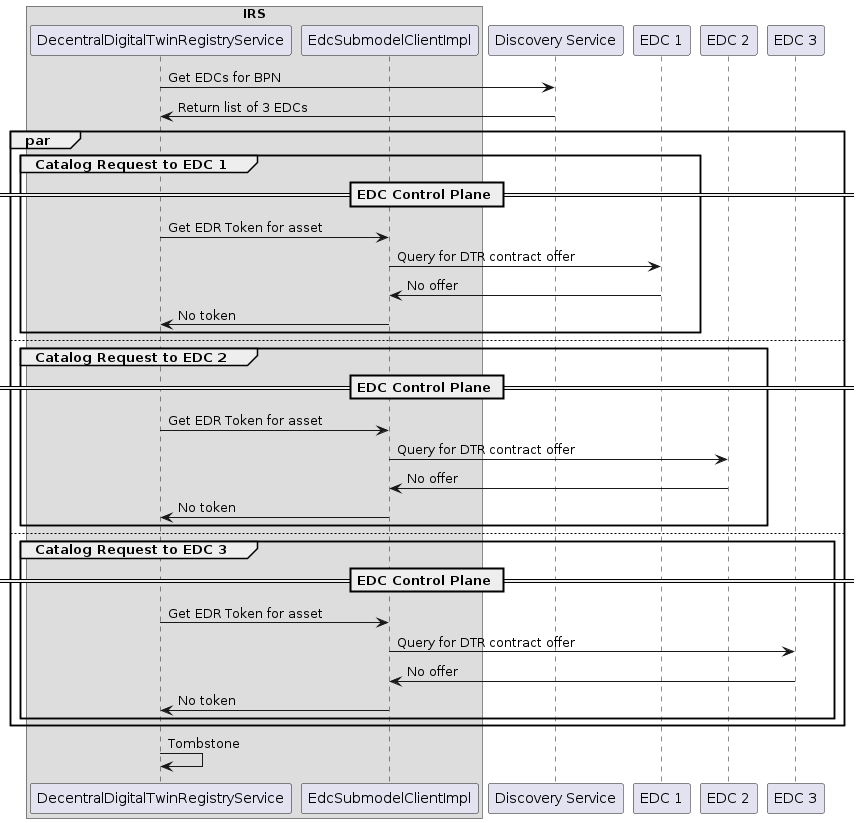
Before: docs/assets/arc42/arc42_045.png, a diagram exported from PlantUML (catenax-ng/tx-item-relationship-service). Source of this version:
```plantuml
@startuml

box IRS
    participant DecentralDigitalTwinRegistryService as DTRS
    participant EdcSubmodelClientImpl as EdcClient
end box

participant "Discovery Service" as DiscoveryService

participant "EDC 1" as EDCProvider1
participant "EDC 2" as EDCProvider2
participant "EDC 3" as EDCProvider3


DTRS -> DiscoveryService: Get EDCs for BPN
DiscoveryService -> DTRS: Return list of 3 EDCs

par
    group Catalog Request to EDC 1

        == EDC Control Plane ==

        DTRS -> EdcClient: Get EDR Token for asset
        EdcClient -> EDCProvider1: Query for DTR contract offer
        EDCProvider1 -> EdcClient: No offer
        EdcClient -> DTRS: No token
    end

    else

    group Catalog Request to EDC 2

        == EDC Control Plane ==

        DTRS -> EdcClient: Get EDR Token for asset
        EdcClient -> EDCProvider2: Query for DTR contract offer
        EDCProvider2 -> EdcClient: No offer
        EdcClient -> DTRS: No token
    end

    else

    group Catalog Request to EDC 3

        == EDC Control Plane ==

        DTRS -> EdcClient: Get EDR Token for asset
        EdcClient -> EDCProvider3: Query for DTR contract offer
        EDCProvider3 -> EdcClient: No offer
        EdcClient -> DTRS: No token
    end
end

DTRS -> DTRS: Tombstone

@enduml
```
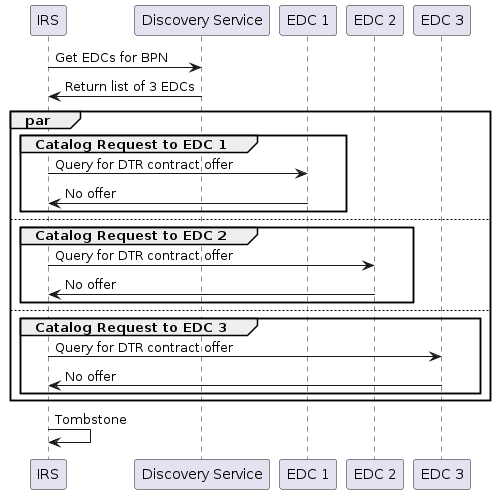
After the change.

The edit, as a diff of the source:
```diff
@@ -1,56 +1,34 @@
 @startuml
-
-box IRS
-    participant DecentralDigitalTwinRegistryService as DTRS
-    participant EdcSubmodelClientImpl as EdcClient
-end box
-
+participant IRS
 participant "Discovery Service" as DiscoveryService
 
 participant "EDC 1" as EDCProvider1
 participant "EDC 2" as EDCProvider2
 participant "EDC 3" as EDCProvider3
 
-
-DTRS -> DiscoveryService: Get EDCs for BPN
-DiscoveryService -> DTRS: Return list of 3 EDCs
+IRS -> DiscoveryService: Get EDCs for BPN
+DiscoveryService -> IRS: Return list of 3 EDCs
 
 par
     group Catalog Request to EDC 1
-
-        == EDC Control Plane ==
-
-        DTRS -> EdcClient: Get EDR Token for asset
-        EdcClient -> EDCProvider1: Query for DTR contract offer
-        EDCProvider1 -> EdcClient: No offer
-        EdcClient -> DTRS: No token
+        IRS -> EDCProvider1: Query for DTR contract offer
+        EDCProvider1 -> IRS: No offer
     end
 
     else
 
     group Catalog Request to EDC 2
-
-        == EDC Control Plane ==
-
-        DTRS -> EdcClient: Get EDR Token for asset
-        EdcClient -> EDCProvider2: Query for DTR contract offer
-        EDCProvider2 -> EdcClient: No offer
-        EdcClient -> DTRS: No token
+        IRS -> EDCProvider2: Query for DTR contract offer
+        EDCProvider2 -> IRS: No offer
     end
 
     else
 
     group Catalog Request to EDC 3
-
-        == EDC Control Plane ==
-
-        DTRS -> EdcClient: Get EDR Token for asset
-        EdcClient -> EDCProvider3: Query for DTR contract offer
-        EDCProvider3 -> EdcClient: No offer
-        EdcClient -> DTRS: No token
+        IRS -> EDCProvider3: Query for DTR contract offer
+        EDCProvider3 -> IRS: No offer
     end
 end
 
-DTRS -> DTRS: Tombstone
-
+IRS -> IRS: Tombstone
 @enduml
```
